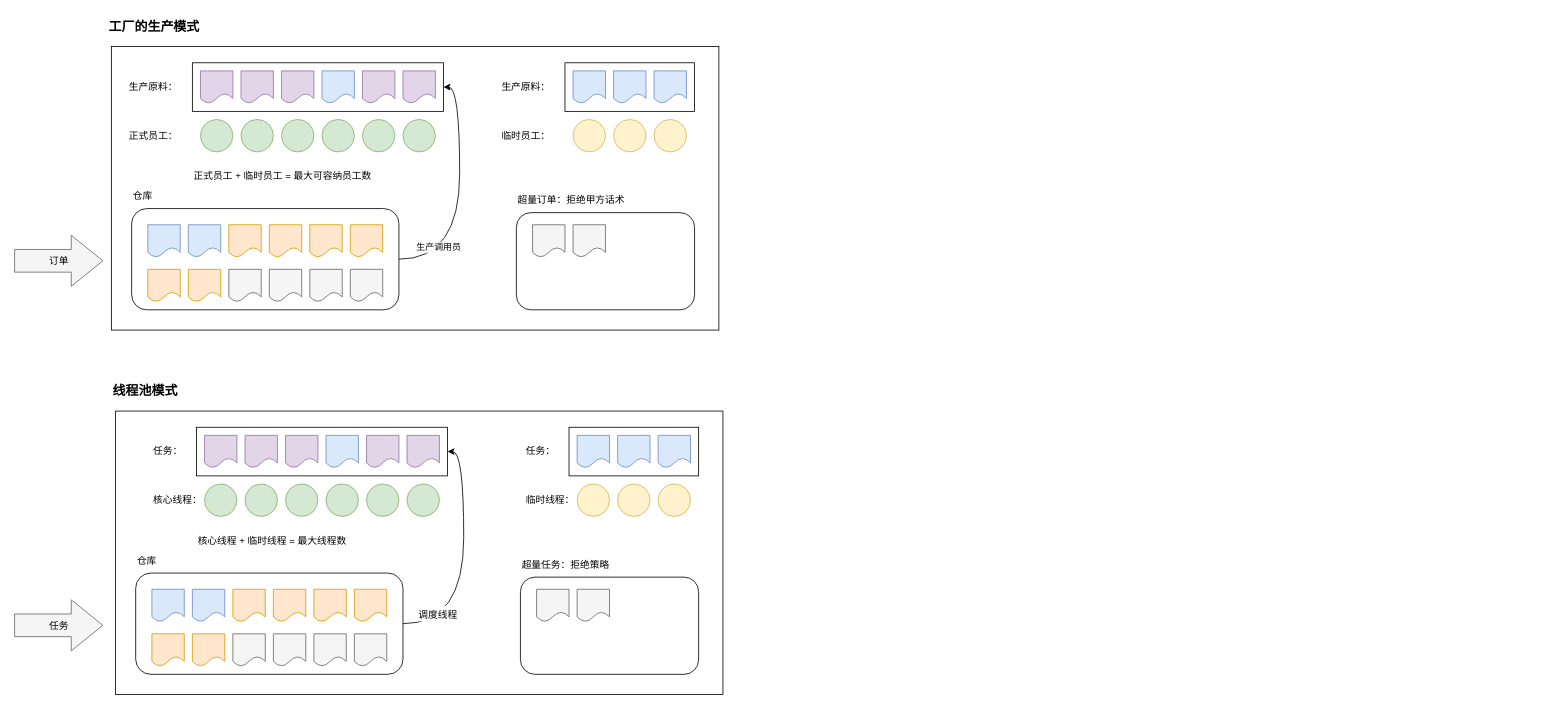
thebesteric/draw.io keeps this draw.io diagram as juc/ThreadPool.drawio. Above is the earlier version. Source tidied: cells renumbered, new cells numbered last; positions are measured from the earlier drawing's top-left corner, leaving out a move shared by most shapes. Both pictures are drawn from the tidied source at 81%, with x=0, y=0 at pixel (14, 14).
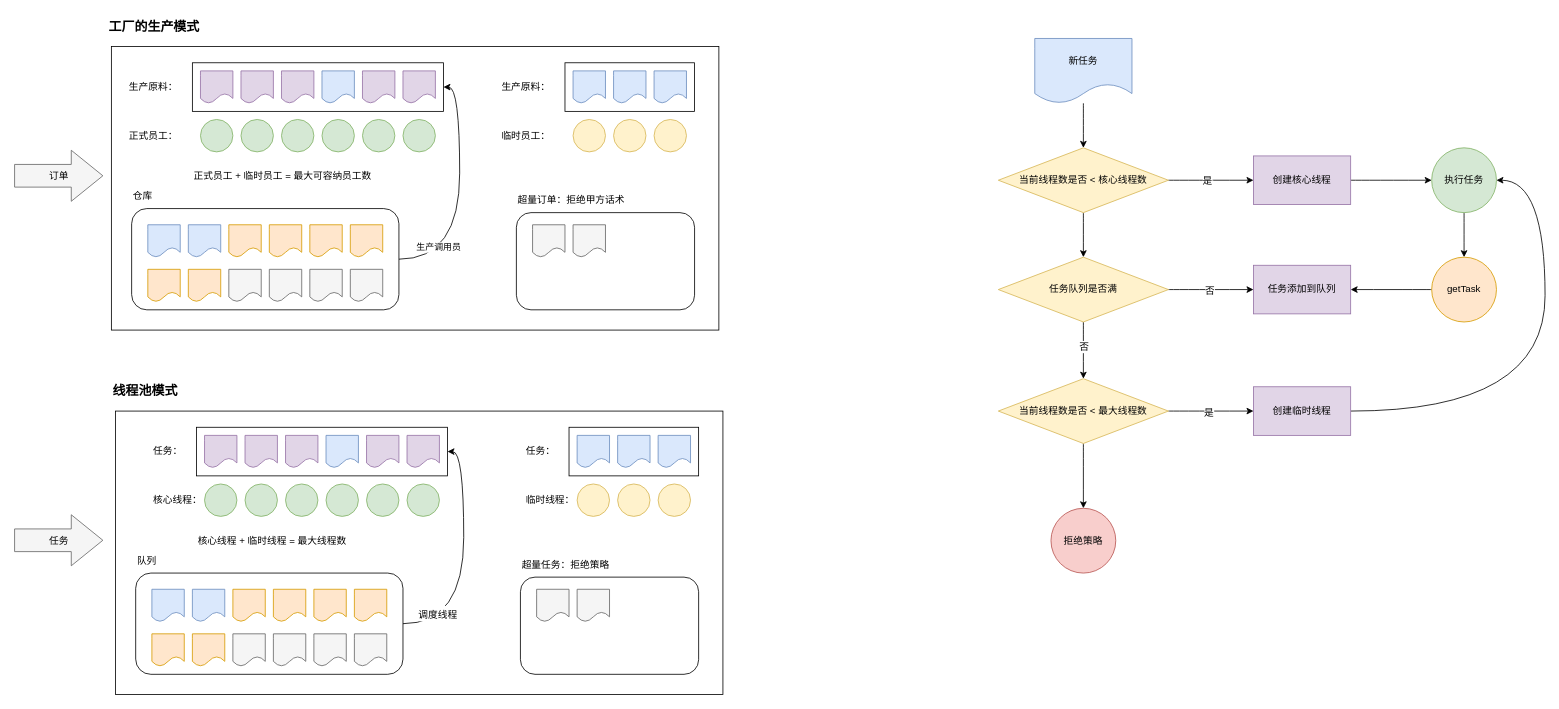
The same page after the edit.

The edit, as a diff of the source:
```diff
@@
-    <mxCell id="88" value="仓库" style="text;html=1;strokeColor=none;fillColor=none;align=left;verticalAlign=middle;whiteSpace=wrap;rounded=0;" parent="1" vertex="1">
-      <mxGeometry x="150" y="660" width="70" height="30" as="geometry" />
+    <mxCell id="88" value="队列" style="text;html=1;strokeColor=none;fillColor=none;align=left;verticalAlign=middle;whiteSpace=wrap;rounded=0;" parent="1" vertex="1">
+      <mxGeometry x="150" y="660" width="30" height="30" as="geometry" />
     </mxCell>
@@
     <mxCell id="96" value="订单" style="shape=flexArrow;endArrow=classic;html=1;rounded=0;fontSize=12;curved=1;endWidth=34;endSize=12.67;width=28;fillColor=#f5f5f5;strokeColor=#666666;labelBackgroundColor=none;" parent="1" edge="1">
       <mxGeometry relative="1" as="geometry">
-        <mxPoint y="304.5" as="sourcePoint" />
-        <mxPoint x="110" y="304.5" as="targetPoint" />
+        <mxPoint y="199.5" as="sourcePoint" />
+        <mxPoint x="110" y="199.5" as="targetPoint" />
       </mxGeometry>
     </mxCell>
     <mxCell id="97" value="任务" style="shape=flexArrow;endArrow=classic;html=1;rounded=0;fontSize=12;curved=1;endWidth=34;endSize=12.67;width=28;fillColor=#f5f5f5;strokeColor=#666666;labelBackgroundColor=none;" parent="1" edge="1">
       <mxGeometry relative="1" as="geometry">
-        <mxPoint y="754.5" as="sourcePoint" />
-        <mxPoint x="110" y="754.5" as="targetPoint" />
+        <mxPoint y="649.5" as="sourcePoint" />
+        <mxPoint x="110" y="649.5" as="targetPoint" />
       </mxGeometry>
     </mxCell>
+    <mxCell id="98" style="edgeStyle=orthogonalEdgeStyle;curved=1;rounded=0;jettySize=auto;html=1;entryX=0.5;entryY=0;entryDx=0;entryDy=0;labelBackgroundColor=none;fontSize=12;" parent="1" edge="1" source="99" target="103">
+      <mxGeometry relative="1" as="geometry" />
+    </mxCell>
+    <mxCell id="99" value="新任务" style="shape=document;whiteSpace=wrap;html=1;boundedLbl=1;fontSize=12;fillColor=#dae8fc;strokeColor=#6c8ebf;" parent="1" vertex="1">
+      <mxGeometry x="1260" y="30" width="120" height="80" as="geometry" />
+    </mxCell>
+    <mxCell id="100" style="edgeStyle=orthogonalEdgeStyle;curved=1;rounded=0;jettySize=auto;html=1;labelBackgroundColor=none;fontSize=12;" parent="1" edge="1" source="103" target="105">
+      <mxGeometry relative="1" as="geometry" />
+    </mxCell>
+    <mxCell id="101" value="是" style="edgeLabel;html=1;align=center;verticalAlign=middle;fontSize=12;" parent="100" vertex="1">
+      <mxGeometry x="-0.1" y="-2" relative="1" as="geometry">
+        <mxPoint y="-2" as="offset" />
+      </mxGeometry>
+    </mxCell>
+    <mxCell id="102" style="edgeStyle=orthogonalEdgeStyle;curved=1;rounded=0;jettySize=auto;html=1;exitX=0.5;exitY=1;exitDx=0;exitDy=0;labelBackgroundColor=none;fontSize=12;" parent="1" edge="1" source="103" target="110">
+      <mxGeometry relative="1" as="geometry" />
+    </mxCell>
+    <mxCell id="103" value="当前线程数是否 &amp;lt; 核心线程数" style="rhombus;whiteSpace=wrap;html=1;fontSize=12;fillColor=#fff2cc;strokeColor=#d6b656;" parent="1" vertex="1">
+      <mxGeometry x="1215" y="165" width="210" height="80" as="geometry" />
+    </mxCell>
+    <mxCell id="104" style="edgeStyle=orthogonalEdgeStyle;curved=1;rounded=0;jettySize=auto;html=1;labelBackgroundColor=none;fontSize=12;" parent="1" edge="1" source="105" target="120">
+      <mxGeometry relative="1" as="geometry" />
+    </mxCell>
+    <mxCell id="105" value="创建核心线程" style="whiteSpace=wrap;html=1;fillColor=#e1d5e7;strokeColor=#9673a6;" parent="1" vertex="1">
+      <mxGeometry x="1530" y="175" width="120" height="60" as="geometry" />
+    </mxCell>
+    <mxCell id="106" style="edgeStyle=orthogonalEdgeStyle;curved=1;rounded=0;jettySize=auto;html=1;labelBackgroundColor=none;fontSize=12;" parent="1" edge="1" source="110" target="111">
+      <mxGeometry relative="1" as="geometry" />
+    </mxCell>
+    <mxCell id="107" value="否" style="edgeLabel;html=1;align=center;verticalAlign=middle;fontSize=12;" parent="106" vertex="1">
+      <mxGeometry x="-0.05" y="-1" relative="1" as="geometry" />
+    </mxCell>
+    <mxCell id="108" style="edgeStyle=orthogonalEdgeStyle;curved=1;rounded=0;jettySize=auto;html=1;labelBackgroundColor=none;fontSize=12;entryX=0.5;entryY=0;entryDx=0;entryDy=0;" parent="1" edge="1" source="110" target="115">
+      <mxGeometry relative="1" as="geometry" />
+    </mxCell>
+    <mxCell id="109" value="否" style="edgeLabel;html=1;align=center;verticalAlign=middle;fontSize=12;" parent="108" vertex="1">
+      <mxGeometry x="-0.13" y="2" relative="1" as="geometry">
+        <mxPoint x="-2" as="offset" />
+      </mxGeometry>
+    </mxCell>
+    <mxCell id="110" value="任务队列是否满" style="rhombus;whiteSpace=wrap;html=1;fontSize=12;fillColor=#fff2cc;strokeColor=#d6b656;" parent="1" vertex="1">
+      <mxGeometry x="1215" y="300" width="210" height="80" as="geometry" />
+    </mxCell>
+    <mxCell id="111" value="任务添加到队列" style="whiteSpace=wrap;html=1;fillColor=#e1d5e7;strokeColor=#9673a6;" parent="1" vertex="1">
+      <mxGeometry x="1530" y="310" width="120" height="60" as="geometry" />
+    </mxCell>
+    <mxCell id="112" style="edgeStyle=orthogonalEdgeStyle;curved=1;rounded=0;jettySize=auto;html=1;labelBackgroundColor=none;fontSize=12;" parent="1" edge="1" source="115" target="117">
+      <mxGeometry relative="1" as="geometry" />
+    </mxCell>
+    <mxCell id="113" value="是" style="edgeLabel;html=1;align=center;verticalAlign=middle;fontSize=12;" parent="112" vertex="1">
+      <mxGeometry x="-0.07" y="-1" relative="1" as="geometry" />
+    </mxCell>
+    <mxCell id="114" style="edgeStyle=orthogonalEdgeStyle;curved=1;rounded=0;jettySize=auto;html=1;labelBackgroundColor=none;fontSize=12;" parent="1" edge="1" source="115" target="118">
+      <mxGeometry relative="1" as="geometry" />
+    </mxCell>
+    <mxCell id="115" value="当前线程数是否 &amp;lt; 最大线程数" style="rhombus;whiteSpace=wrap;html=1;fontSize=12;fillColor=#fff2cc;strokeColor=#d6b656;" parent="1" vertex="1">
+      <mxGeometry x="1215" y="450" width="210" height="80" as="geometry" />
+    </mxCell>
+    <mxCell id="116" style="edgeStyle=orthogonalEdgeStyle;curved=1;jettySize=auto;html=1;exitX=1;exitY=0.5;exitDx=0;exitDy=0;entryX=1;entryY=0.5;entryDx=0;entryDy=0;labelBackgroundColor=none;fontSize=12;" parent="1" edge="1" source="117" target="120">
+      <mxGeometry relative="1" as="geometry">
+        <Array as="points">
+          <mxPoint x="1890" y="490" />
+          <mxPoint x="1890" y="205" />
+        </Array>
+      </mxGeometry>
+    </mxCell>
+    <mxCell id="117" value="创建临时线程" style="whiteSpace=wrap;html=1;fillColor=#e1d5e7;strokeColor=#9673a6;" parent="1" vertex="1">
+      <mxGeometry x="1530" y="460" width="120" height="60" as="geometry" />
+    </mxCell>
+    <mxCell id="118" value="拒绝策略" style="ellipse;whiteSpace=wrap;html=1;fillColor=#f8cecc;strokeColor=#b85450;" parent="1" vertex="1">
+      <mxGeometry x="1280" y="610" width="80" height="80" as="geometry" />
+    </mxCell>
+    <mxCell id="119" style="edgeStyle=orthogonalEdgeStyle;curved=1;jettySize=auto;html=1;exitX=0.5;exitY=1;exitDx=0;exitDy=0;labelBackgroundColor=none;fontSize=12;" parent="1" edge="1" source="120" target="122">
+      <mxGeometry relative="1" as="geometry" />
+    </mxCell>
+    <mxCell id="120" value="执行任务" style="ellipse;whiteSpace=wrap;html=1;fillColor=#d5e8d4;strokeColor=#82b366;" parent="1" vertex="1">
+      <mxGeometry x="1750" y="165" width="80" height="80" as="geometry" />
+    </mxCell>
+    <mxCell id="121" style="edgeStyle=orthogonalEdgeStyle;curved=1;jettySize=auto;html=1;exitX=0;exitY=0.5;exitDx=0;exitDy=0;entryX=1;entryY=0.5;entryDx=0;entryDy=0;labelBackgroundColor=none;fontSize=12;" parent="1" edge="1" source="122" target="111">
+      <mxGeometry relative="1" as="geometry" />
+    </mxCell>
+    <mxCell id="122" value="getTask" style="ellipse;whiteSpace=wrap;html=1;fontSize=12;fillColor=#ffe6cc;strokeColor=#d79b00;" parent="1" vertex="1">
+      <mxGeometry x="1750" y="300" width="80" height="80" as="geometry" />
+    </mxCell>
```
